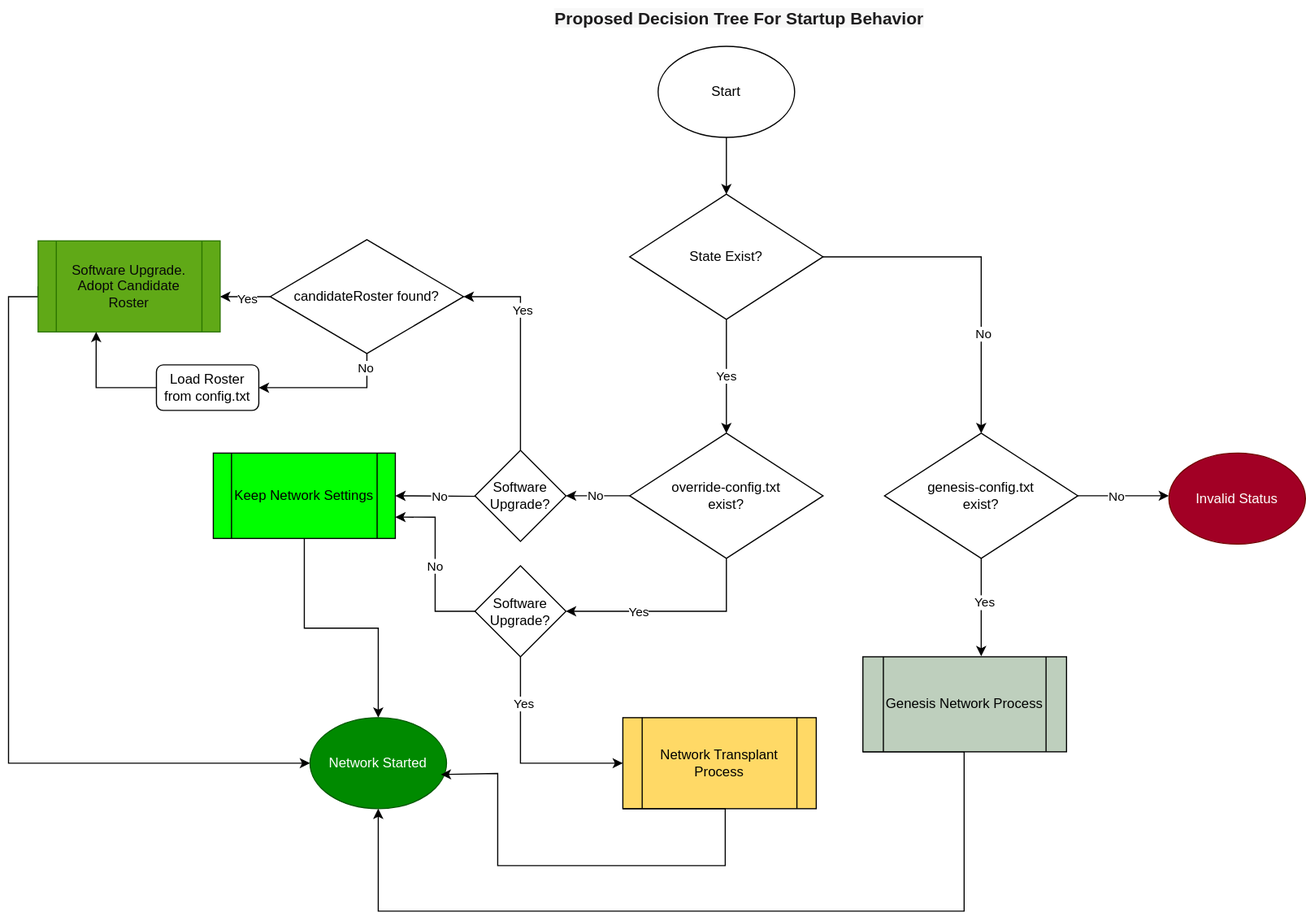
This is platform-sdk/docs/proposals/001-tss-rosters-design-proposal/TSS Roster Lifecycle-Proposed Startup Behavior.drawio.svg from hashgraph/hedera-services, a draw.io export, as it was before one commit. Source tidied: cells renumbered, new cells last; positions are measured from the earlier drawing's top-left corner, leaving out a move shared by most shapes.
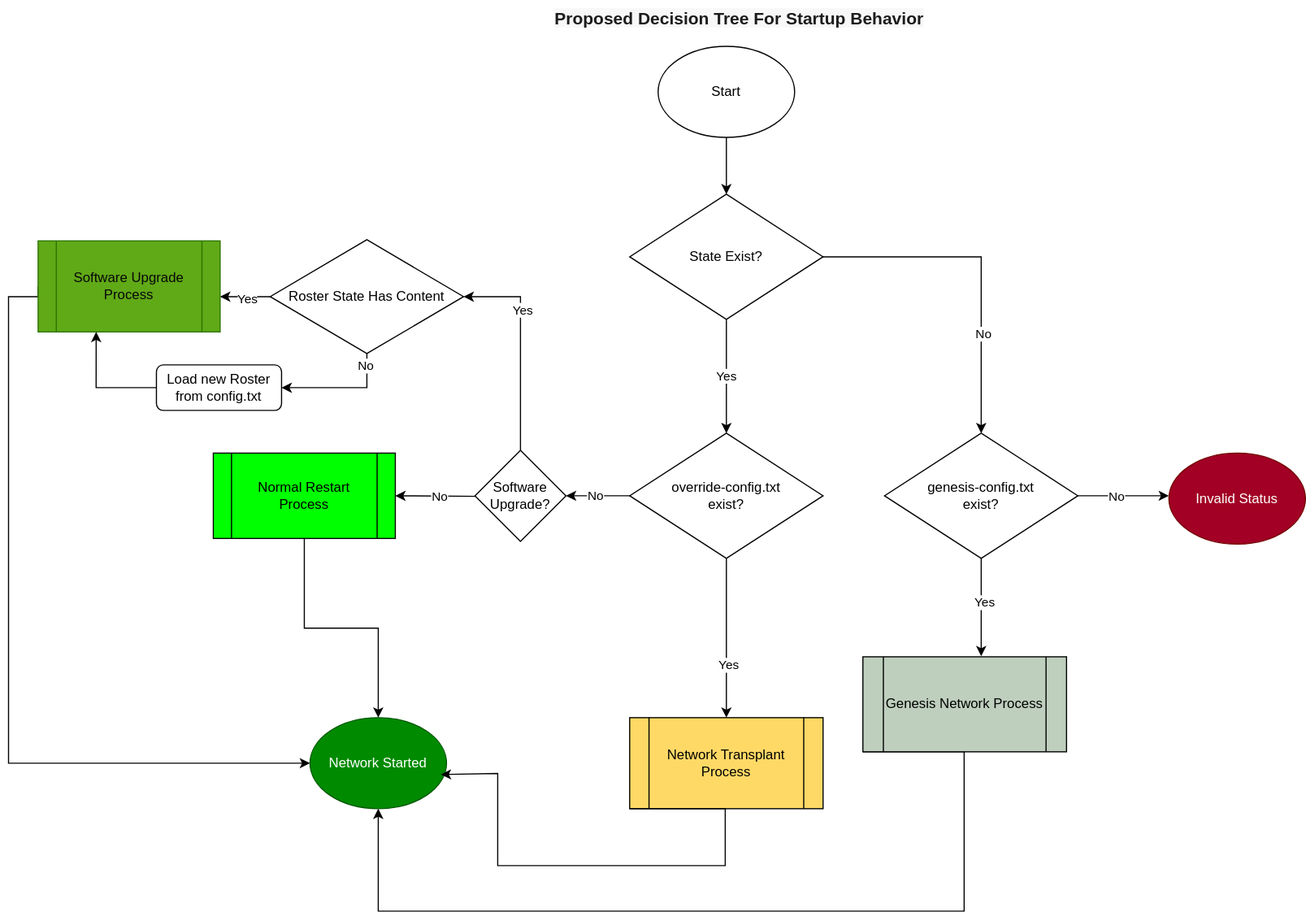
Later version of the same file.

Change to the diagram source:
```diff
@@ -12,7 +12,7 @@
         <mxPoint x="-32" as="offset" />
       </mxGeometry>
     </mxCell>
-    <mxCell id="4" style="edgeStyle=orthogonalEdgeStyle;rounded=0;jettySize=auto;html=1;exitX=0.5;exitY=1;exitDx=0;exitDy=0;entryX=1;entryY=0.5;entryDx=0;entryDy=0;" parent="1" edge="1" source="6" target="38">
+    <mxCell id="4" style="edgeStyle=orthogonalEdgeStyle;rounded=0;jettySize=auto;html=1;exitX=0.5;exitY=1;exitDx=0;exitDy=0;entryX=0.5;entryY=0;entryDx=0;entryDy=0;" parent="1" edge="1" source="6" target="13">
       <mxGeometry relative="1" as="geometry" />
     </mxCell>
     <mxCell id="5" value="Yes" style="edgeLabel;html=1;align=center;verticalAlign=middle;" parent="4" vertex="1">
@@ -48,12 +48,12 @@
       <mxGeometry x="751" y="576.5" width="179" height="83.5" as="geometry" />
     </mxCell>
     <mxCell id="13" value="Network Transplant Process" style="shape=process;whiteSpace=wrap;html=1;backgroundOutline=1;fillColor=#FFD966;" parent="1" vertex="1">
-      <mxGeometry x="540" y="630" width="170" height="80" as="geometry" />
+      <mxGeometry x="546" y="630" width="170" height="80" as="geometry" />
     </mxCell>
     <mxCell id="14" style="edgeStyle=orthogonalEdgeStyle;rounded=0;jettySize=auto;html=1;exitX=0.5;exitY=1;exitDx=0;exitDy=0;" parent="1" edge="1" source="15" target="32">
       <mxGeometry relative="1" as="geometry" />
     </mxCell>
-    <mxCell id="15" value="Keep Network Settings" style="shape=process;whiteSpace=wrap;html=1;backgroundOutline=1;fillColor=#00FF00;" parent="1" vertex="1">
+    <mxCell id="15" value="Normal Restart Process" style="shape=process;whiteSpace=wrap;html=1;backgroundOutline=1;fillColor=#00FF00;" parent="1" vertex="1">
       <mxGeometry x="180" y="397.5" width="160" height="75" as="geometry" />
     </mxCell>
     <mxCell id="16" value="&lt;b style=&quot;box-sizing: inherit; color: rgb(29, 28, 29); font-family: Slack-Lato, Slack-Fractions, appleLogo, sans-serif; font-size: 15px; font-variant-ligatures: common-ligatures; text-align: left; background-color: rgb(248, 248, 248);&quot;&gt;Proposed Decision Tree For Startup Behavior&lt;/b&gt;" style="text;html=1;align=center;verticalAlign=middle;whiteSpace=wrap;rounded=0;" parent="1" vertex="1">
@@ -68,7 +68,7 @@
         </Array>
       </mxGeometry>
     </mxCell>
-    <mxCell id="18" value="&lt;font color=&quot;#080808&quot;&gt;Software Upgrade.&lt;br&gt;Adopt Candidate Roster&lt;/font&gt;" style="shape=process;whiteSpace=wrap;html=1;backgroundOutline=1;fillColor=#60a917;strokeColor=#2D7600;fontColor=#ffffff;" parent="1" vertex="1">
+    <mxCell id="18" value="&lt;font color=&quot;#080808&quot;&gt;Software Upgrade&lt;br&gt;Process&lt;/font&gt;" style="shape=process;whiteSpace=wrap;html=1;backgroundOutline=1;fillColor=#60a917;strokeColor=#2D7600;fontColor=#ffffff;" parent="1" vertex="1">
       <mxGeometry x="26" y="211" width="160" height="80" as="geometry" />
     </mxCell>
     <mxCell id="19" style="edgeStyle=orthogonalEdgeStyle;rounded=0;jettySize=auto;html=1;exitX=0;exitY=0.5;exitDx=0;exitDy=0;entryX=1;entryY=0.5;entryDx=0;entryDy=0;" parent="1" edge="1" source="6" target="23">
@@ -132,32 +132,13 @@
         </Array>
       </mxGeometry>
     </mxCell>
-    <mxCell id="34" style="edgeStyle=orthogonalEdgeStyle;rounded=0;jettySize=auto;html=1;exitX=0.5;exitY=1;exitDx=0;exitDy=0;entryX=0;entryY=0.5;entryDx=0;entryDy=0;" parent="1" edge="1" source="38" target="13">
-      <mxGeometry relative="1" as="geometry" />
-    </mxCell>
-    <mxCell id="35" value="Yes" style="edgeLabel;html=1;align=center;verticalAlign=middle;" parent="34" vertex="1">
-      <mxGeometry x="-0.56" y="2" relative="1" as="geometry">
-        <mxPoint y="1" as="offset" />
-      </mxGeometry>
-    </mxCell>
-    <mxCell id="36" style="edgeStyle=orthogonalEdgeStyle;rounded=0;jettySize=auto;html=1;exitX=0;exitY=0.5;exitDx=0;exitDy=0;entryX=1;entryY=0.75;entryDx=0;entryDy=0;" parent="1" edge="1" source="38" target="15">
-      <mxGeometry relative="1" as="geometry" />
-    </mxCell>
-    <mxCell id="37" value="No" style="edgeLabel;html=1;align=center;verticalAlign=middle;" parent="36" vertex="1">
-      <mxGeometry x="-0.01" y="1" relative="1" as="geometry">
-        <mxPoint y="1" as="offset" />
-      </mxGeometry>
-    </mxCell>
-    <mxCell id="38" value="Software Upgrade?" style="rhombus;whiteSpace=wrap;html=1;" parent="1" vertex="1">
-      <mxGeometry x="410" y="496.5" width="80" height="80" as="geometry" />
-    </mxCell>
     <mxCell id="39" style="edgeStyle=orthogonalEdgeStyle;rounded=0;jettySize=auto;html=1;exitX=0.5;exitY=1;exitDx=0;exitDy=0;entryX=1;entryY=0.5;entryDx=0;entryDy=0;" parent="1" edge="1" source="41" target="44">
       <mxGeometry relative="1" as="geometry" />
     </mxCell>
     <mxCell id="40" value="No" style="edgeLabel;html=1;align=center;verticalAlign=middle;" parent="39" vertex="1">
       <mxGeometry x="-0.81" y="-2" relative="1" as="geometry" />
     </mxCell>
-    <mxCell id="41" value="candidateRoster found?" style="rhombus;whiteSpace=wrap;html=1;" parent="1" vertex="1">
+    <mxCell id="41" value="Roster State Has Content" style="rhombus;whiteSpace=wrap;html=1;" parent="1" vertex="1">
       <mxGeometry x="230" y="210" width="170" height="100" as="geometry" />
     </mxCell>
     <mxCell id="42" style="edgeStyle=orthogonalEdgeStyle;rounded=0;jettySize=auto;html=1;exitX=0;exitY=0.5;exitDx=0;exitDy=0;entryX=1;entryY=0.613;entryDx=0;entryDy=0;entryPerimeter=0;" parent="1" edge="1" source="41" target="18">
@@ -166,8 +147,8 @@
     <mxCell id="43" value="Yes" style="edgeLabel;html=1;align=center;verticalAlign=middle;" parent="42" vertex="1">
       <mxGeometry x="-0.05" y="1" relative="1" as="geometry" />
     </mxCell>
-    <mxCell id="44" value="Load Roster from config.txt" style="rounded=1;whiteSpace=wrap;html=1;" parent="1" vertex="1">
-      <mxGeometry x="130" y="320" width="90" height="40" as="geometry" />
+    <mxCell id="44" value="Load new Roster from config.txt" style="rounded=1;whiteSpace=wrap;html=1;" parent="1" vertex="1">
+      <mxGeometry x="130" y="320" width="110" height="40" as="geometry" />
     </mxCell>
     <mxCell id="45" style="edgeStyle=orthogonalEdgeStyle;rounded=0;jettySize=auto;html=1;exitX=0;exitY=0.5;exitDx=0;exitDy=0;entryX=0.319;entryY=1;entryDx=0;entryDy=0;entryPerimeter=0;" parent="1" edge="1" source="44" target="18">
       <mxGeometry relative="1" as="geometry" />
```
